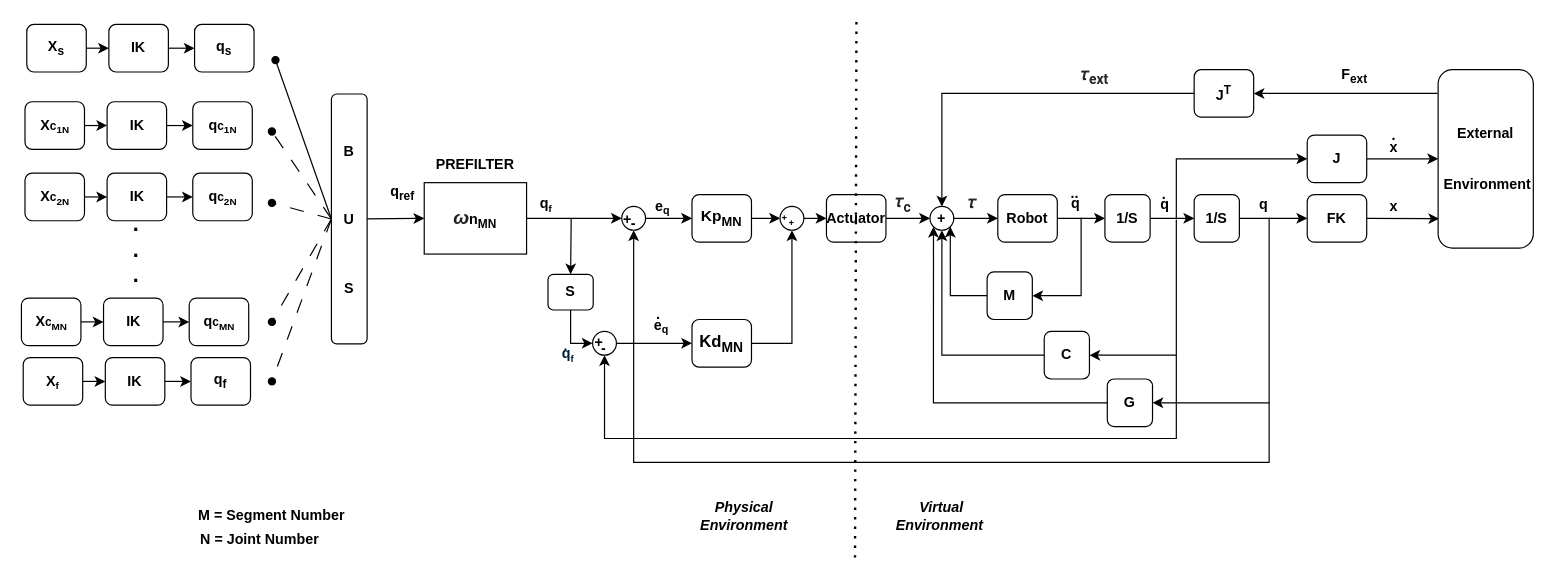
The draw.io diagram October2025/drawio/HyperSphere.drawio in Kcygt/Trajectory_Optimization, before the edit. Source tidied: cells renumbered, new cells numbered last; positions are measured from the earlier drawing's top-left corner, leaving out a move shared by most shapes. Both pictures are drawn from the tidied source at 119%, with x=0, y=0 at pixel (21, 21).
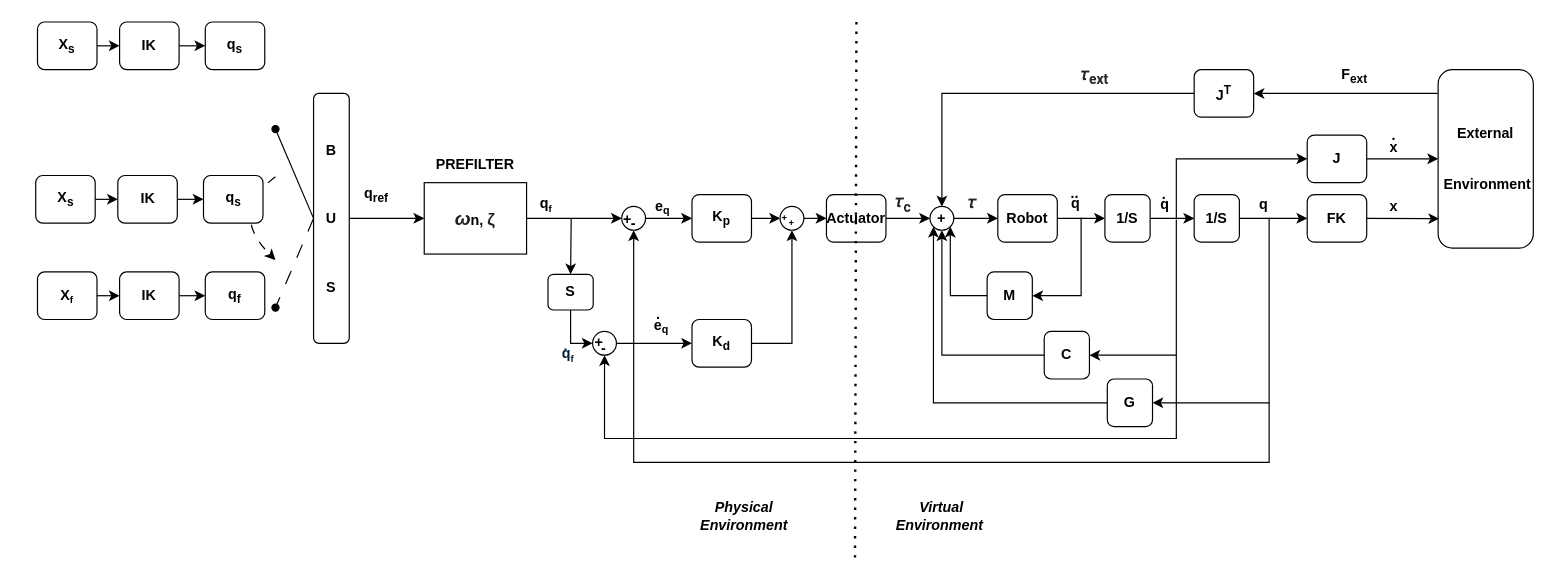
Above is the later version.

What changed in the source:
```diff
@@
     <mxCell id="2" value="&lt;span&gt;q&lt;sub&gt;s&lt;/sub&gt;&lt;/span&gt;" style="rounded=1;whiteSpace=wrap;html=1;fontStyle=1;" parent="1" vertex="1">
-      <mxGeometry x="145" y="2" width="50" height="40" as="geometry" />
+      <mxGeometry x="154" width="50" height="40" as="geometry" />
     </mxCell>
     <mxCell id="3" value="&lt;span&gt;q&lt;sub&gt;f&lt;/sub&gt;&lt;/span&gt;" style="rounded=1;whiteSpace=wrap;html=1;fontStyle=1;" parent="1" vertex="1">
-      <mxGeometry x="142" y="282" width="50" height="40" as="geometry" />
+      <mxGeometry x="154" y="210" width="50" height="40" as="geometry" />
     </mxCell>
     <mxCell id="4" style="rounded=0;jettySize=auto;html=1;exitX=0;exitY=0.5;exitDx=0;exitDy=0;endArrow=oval;endFill=1;fontStyle=1;" parent="1" edge="1" source="10">
       <mxGeometry relative="1" as="geometry">
-        <mxPoint x="213" y="32" as="targetPoint" />
+        <mxPoint x="213" y="90" as="targetPoint" />
       </mxGeometry>
     </mxCell>
     <mxCell id="5" style="rounded=0;jettySize=auto;html=1;exitX=0;exitY=0.5;exitDx=0;exitDy=0;endArrow=oval;endFill=1;dashed=1;dashPattern=12 12;fontStyle=1;" parent="1" edge="1" source="10">
       <mxGeometry relative="1" as="geometry">
-        <mxPoint x="210" y="302" as="targetPoint" />
+        <mxPoint x="213" y="240" as="targetPoint" />
       </mxGeometry>
     </mxCell>
@@
-    <mxCell id="7" style="rounded=0;jettySize=auto;html=1;exitX=0;exitY=0.5;exitDx=0;exitDy=0;endArrow=oval;endFill=1;dashed=1;dashPattern=12 12;" parent="1" edge="1" source="10">
-      <mxGeometry relative="1" as="geometry">
-        <mxPoint x="210" y="92" as="targetPoint" />
-      </mxGeometry>
-    </mxCell>
-    <mxCell id="8" style="rounded=0;jettySize=auto;html=1;exitX=0;exitY=0.5;exitDx=0;exitDy=0;endArrow=oval;endFill=1;dashed=1;dashPattern=12 12;" parent="1" edge="1" source="10">
-      <mxGeometry relative="1" as="geometry">
-        <mxPoint x="210" y="152" as="targetPoint" />
-      </mxGeometry>
-    </mxCell>
-    <mxCell id="9" style="rounded=0;jettySize=auto;html=1;exitX=0;exitY=0.5;exitDx=0;exitDy=0;dashed=1;dashPattern=12 12;endArrow=oval;endFill=1;" parent="1" edge="1" source="10">
-      <mxGeometry relative="1" as="geometry">
-        <mxPoint x="210" y="252" as="targetPoint" />
-      </mxGeometry>
-    </mxCell>
     <mxCell id="10" value="B&lt;div&gt;&lt;br&gt;&lt;/div&gt;&lt;div&gt;&lt;br&gt;&lt;/div&gt;&lt;div&gt;&lt;br&gt;&lt;/div&gt;&lt;div&gt;U&lt;/div&gt;&lt;div&gt;&lt;br&gt;&lt;/div&gt;&lt;div&gt;&lt;br&gt;&lt;/div&gt;&lt;div&gt;&lt;br&gt;&lt;/div&gt;&lt;div&gt;S&lt;/div&gt;" style="rounded=1;whiteSpace=wrap;html=1;fontStyle=1;" parent="1" vertex="1">
-      <mxGeometry x="260" y="60.5" width="30" height="210" as="geometry" />
+      <mxGeometry x="245" y="60" width="30" height="210" as="geometry" />
     </mxCell>
+    <mxCell id="110" style="curved=1;endArrow=classic;html=1;rounded=0;dashed=1;dashPattern=8 8;fontStyle=1;" parent="1" edge="1">
+      <mxGeometry relative="1" as="geometry">
+        <mxPoint x="213" y="130" as="sourcePoint" />
+        <mxPoint x="213" y="200" as="targetPoint" />
+        <Array as="points">
+          <mxPoint x="173" y="160" />
+        </Array>
+      </mxGeometry>
+    </mxCell>
@@
     <mxCell id="12" value="&lt;span&gt;X&lt;sub&gt;s&lt;/sub&gt;&lt;/span&gt;" style="rounded=1;whiteSpace=wrap;html=1;fontStyle=1;" parent="1" vertex="1">
-      <mxGeometry x="4" y="2" width="50" height="40" as="geometry" />
+      <mxGeometry x="13" width="50" height="40" as="geometry" />
     </mxCell>
@@
     <mxCell id="14" value="&lt;span&gt;X&lt;span style=&quot;font-size: 10px;&quot;&gt;&lt;sub&gt;f&lt;/sub&gt;&lt;/span&gt;&lt;/span&gt;" style="rounded=1;whiteSpace=wrap;html=1;fontStyle=1;" parent="1" vertex="1">
-      <mxGeometry x="1" y="282" width="50" height="40" as="geometry" />
+      <mxGeometry x="13" y="210" width="50" height="40" as="geometry" />
     </mxCell>
@@
     <mxCell id="16" value="&lt;span&gt;IK&lt;/span&gt;" style="rounded=1;whiteSpace=wrap;html=1;fontStyle=1;" parent="1" vertex="1">
-      <mxGeometry x="73" y="2" width="50" height="40" as="geometry" />
+      <mxGeometry x="82" width="50" height="40" as="geometry" />
     </mxCell>
@@
     <mxCell id="18" value="&lt;span&gt;IK&lt;/span&gt;" style="rounded=1;whiteSpace=wrap;html=1;fontStyle=1;" parent="1" vertex="1">
-      <mxGeometry x="70" y="282" width="50" height="40" as="geometry" />
+      <mxGeometry x="82" y="210" width="50" height="40" as="geometry" />
     </mxCell>
@@
-    <mxCell id="20" value="&lt;span&gt;&lt;i style=&quot;color: rgb(32, 33, 34); font-family: sans-serif; font-size: 16px; text-align: start; text-wrap-mode: nowrap; background-color: rgb(255, 255, 255);&quot;&gt;ω&lt;/i&gt;n&lt;sub&gt;MN&lt;/sub&gt;&lt;/span&gt;" style="whiteSpace=wrap;html=1;fontStyle=1;" parent="1" vertex="1">
+    <mxCell id="20" value="&lt;span&gt;&lt;i style=&quot;color: rgb(32, 33, 34); font-family: sans-serif; font-size: 16px; text-align: start; text-wrap-mode: nowrap; background-color: rgb(255, 255, 255);&quot;&gt;ω&lt;/i&gt;n,&amp;nbsp;&lt;span style=&quot;color: rgb(31, 31, 31); font-family: &amp;quot;Google Sans&amp;quot;, Arial, sans-serif; font-size: 14px; text-align: start; background-color: rgb(255, 255, 255);&quot;&gt;ζ&lt;/span&gt;&lt;/span&gt;" style="whiteSpace=wrap;html=1;fontStyle=1;" parent="1" vertex="1">
       <mxGeometry x="338" y="135" width="86" height="60" as="geometry" />
     </mxCell>
@@
-    <mxCell id="23" value="&lt;span&gt;&lt;font style=&quot;font-size: 13px;&quot;&gt;Kp&lt;sub style=&quot;&quot;&gt;MN&lt;/sub&gt;&lt;/font&gt;&lt;/span&gt;" style="rounded=1;whiteSpace=wrap;html=1;fontStyle=1;" parent="1" vertex="1">
+    <mxCell id="23" value="&lt;span&gt;K&lt;sub&gt;p&lt;/sub&gt;&lt;/span&gt;" style="rounded=1;whiteSpace=wrap;html=1;fontStyle=1;" parent="1" vertex="1">
       <mxGeometry x="563" y="145" width="50" height="40" as="geometry" />
     </mxCell>
@@
-    <mxCell id="25" value="&lt;span&gt;&lt;font style=&quot;font-size: 14px;&quot;&gt;Kd&lt;sub style=&quot;&quot;&gt;MN&lt;/sub&gt;&lt;/font&gt;&lt;/span&gt;" style="rounded=1;whiteSpace=wrap;html=1;fontStyle=1;" parent="1" vertex="1">
+    <mxCell id="25" value="&lt;span&gt;K&lt;sub&gt;d&lt;/sub&gt;&lt;/span&gt;" style="rounded=1;whiteSpace=wrap;html=1;fontStyle=1;" parent="1" vertex="1">
       <mxGeometry x="563" y="250" width="50" height="40" as="geometry" />
     </mxCell>
@@
     <mxCell id="29" value="&lt;span&gt;q&lt;sub&gt;ref&lt;/sub&gt;&lt;/span&gt;" style="text;html=1;whiteSpace=wrap;strokeColor=none;fillColor=none;align=center;verticalAlign=middle;rounded=0;fontStyle=1;" parent="1" vertex="1">
-      <mxGeometry x="290" y="129" width="60" height="30" as="geometry" />
+      <mxGeometry x="268" y="130" width="60" height="30" as="geometry" />
     </mxCell>
@@
-    <mxCell id="92" value="&lt;span&gt;q&lt;span style=&quot;font-size: 10px;&quot;&gt;c&lt;sub&gt;1N&lt;/sub&gt;&lt;/span&gt;&lt;/span&gt;" style="rounded=1;whiteSpace=wrap;html=1;fontStyle=1;" parent="1" vertex="1">
-      <mxGeometry x="143.5" y="67" width="50" height="40" as="geometry" />
+    <mxCell id="92" value="&lt;span&gt;q&lt;sub&gt;s&lt;/sub&gt;&lt;/span&gt;" style="rounded=1;whiteSpace=wrap;html=1;fontStyle=1;" parent="1" vertex="1">
+      <mxGeometry x="152.5" y="129" width="50" height="40" as="geometry" />
     </mxCell>
@@
-    <mxCell id="94" value="&lt;span&gt;X&lt;span style=&quot;font-size: 10px;&quot;&gt;c&lt;sub&gt;1N&lt;/sub&gt;&lt;/span&gt;&lt;/span&gt;" style="rounded=1;whiteSpace=wrap;html=1;fontStyle=1;" parent="1" vertex="1">
-      <mxGeometry x="2.5" y="67" width="50" height="40" as="geometry" />
+    <mxCell id="94" value="&lt;span&gt;X&lt;sub&gt;s&lt;/sub&gt;&lt;/span&gt;" style="rounded=1;whiteSpace=wrap;html=1;fontStyle=1;" parent="1" vertex="1">
+      <mxGeometry x="11.5" y="129" width="50" height="40" as="geometry" />
     </mxCell>
@@
     <mxCell id="96" value="&lt;span&gt;IK&lt;/span&gt;" style="rounded=1;whiteSpace=wrap;html=1;fontStyle=1;" parent="1" vertex="1">
-      <mxGeometry x="71.5" y="67" width="50" height="40" as="geometry" />
+      <mxGeometry x="80.5" y="129" width="50" height="40" as="geometry" />
     </mxCell>
-    <mxCell id="97" value="&lt;span&gt;q&lt;span style=&quot;font-size: 10px;&quot;&gt;c&lt;sub&gt;2N&lt;/sub&gt;&lt;/span&gt;&lt;/span&gt;" style="rounded=1;whiteSpace=wrap;html=1;fontStyle=1;" parent="1" vertex="1">
-      <mxGeometry x="143.5" y="127" width="50" height="40" as="geometry" />
-    </mxCell>
-    <mxCell id="98" style="edgeStyle=orthogonalEdgeStyle;rounded=0;jettySize=auto;html=1;exitX=1;exitY=0.5;exitDx=0;exitDy=0;entryX=0;entryY=0.5;entryDx=0;entryDy=0;fontStyle=1;" parent="1" edge="1" source="99" target="101">
-      <mxGeometry relative="1" as="geometry" />
-    </mxCell>
-    <mxCell id="99" value="&lt;span&gt;X&lt;span style=&quot;font-size: 10px;&quot;&gt;c&lt;sub&gt;2N&lt;/sub&gt;&lt;/span&gt;&lt;/span&gt;" style="rounded=1;whiteSpace=wrap;html=1;fontStyle=1;" parent="1" vertex="1">
-      <mxGeometry x="2.5" y="127" width="50" height="40" as="geometry" />
-    </mxCell>
-    <mxCell id="100" style="edgeStyle=orthogonalEdgeStyle;rounded=0;jettySize=auto;html=1;exitX=1;exitY=0.5;exitDx=0;exitDy=0;entryX=0;entryY=0.5;entryDx=0;entryDy=0;fontStyle=1;" parent="1" edge="1" source="101" target="97">
-      <mxGeometry relative="1" as="geometry" />
-    </mxCell>
-    <mxCell id="101" value="&lt;span&gt;IK&lt;/span&gt;" style="rounded=1;whiteSpace=wrap;html=1;fontStyle=1;" parent="1" vertex="1">
-      <mxGeometry x="71.5" y="127" width="50" height="40" as="geometry" />
-    </mxCell>
-    <mxCell id="102" value="&lt;span&gt;q&lt;span style=&quot;font-size: 10px;&quot;&gt;c&lt;sub&gt;MN&lt;/sub&gt;&lt;/span&gt;&lt;/span&gt;" style="rounded=1;whiteSpace=wrap;html=1;fontStyle=1;" parent="1" vertex="1">
-      <mxGeometry x="140.5" y="232" width="50" height="40" as="geometry" />
-    </mxCell>
-    <mxCell id="103" style="edgeStyle=orthogonalEdgeStyle;rounded=0;jettySize=auto;html=1;exitX=1;exitY=0.5;exitDx=0;exitDy=0;entryX=0;entryY=0.5;entryDx=0;entryDy=0;fontStyle=1;" parent="1" edge="1" source="104" target="106">
-      <mxGeometry relative="1" as="geometry" />
-    </mxCell>
-    <mxCell id="104" value="&lt;span&gt;X&lt;span style=&quot;font-size: 10px;&quot;&gt;c&lt;sub&gt;MN&lt;/sub&gt;&lt;/span&gt;&lt;/span&gt;" style="rounded=1;whiteSpace=wrap;html=1;fontStyle=1;" parent="1" vertex="1">
-      <mxGeometry x="-0.5" y="232" width="50" height="40" as="geometry" />
-    </mxCell>
-    <mxCell id="105" style="edgeStyle=orthogonalEdgeStyle;rounded=0;jettySize=auto;html=1;exitX=1;exitY=0.5;exitDx=0;exitDy=0;entryX=0;entryY=0.5;entryDx=0;entryDy=0;fontStyle=1;" parent="1" edge="1" source="106" target="102">
-      <mxGeometry relative="1" as="geometry" />
-    </mxCell>
-    <mxCell id="106" value="&lt;span&gt;IK&lt;/span&gt;" style="rounded=1;whiteSpace=wrap;html=1;fontStyle=1;" parent="1" vertex="1">
-      <mxGeometry x="68.5" y="232" width="50" height="40" as="geometry" />
-    </mxCell>
-    <mxCell id="107" value="&lt;b&gt;&lt;font style=&quot;font-size: 18px;&quot;&gt;.&lt;/font&gt;&lt;/b&gt;&lt;div&gt;&lt;b&gt;&lt;font style=&quot;font-size: 18px;&quot;&gt;.&lt;/font&gt;&lt;/b&gt;&lt;/div&gt;&lt;div&gt;&lt;b&gt;&lt;font style=&quot;font-size: 18px;&quot;&gt;.&lt;/font&gt;&lt;/b&gt;&lt;/div&gt;" style="text;html=1;whiteSpace=wrap;strokeColor=none;fillColor=none;align=center;verticalAlign=middle;rounded=0;" parent="1" vertex="1">
-      <mxGeometry x="65.5" y="177" width="60" height="30" as="geometry" />
-    </mxCell>
-    <mxCell id="108" value="M = Segment Number" style="text;html=1;whiteSpace=wrap;strokeColor=none;fillColor=none;align=center;verticalAlign=middle;rounded=0;fontStyle=1;" parent="1" vertex="1">
-      <mxGeometry x="130" y="400" width="160" height="30" as="geometry" />
-    </mxCell>
-    <mxCell id="109" value="N = Joint Number" style="text;html=1;whiteSpace=wrap;strokeColor=none;fillColor=none;align=center;verticalAlign=middle;rounded=0;fontStyle=1;" parent="1" vertex="1">
-      <mxGeometry x="130" y="420" width="140" height="30" as="geometry" />
-    </mxCell>
```
